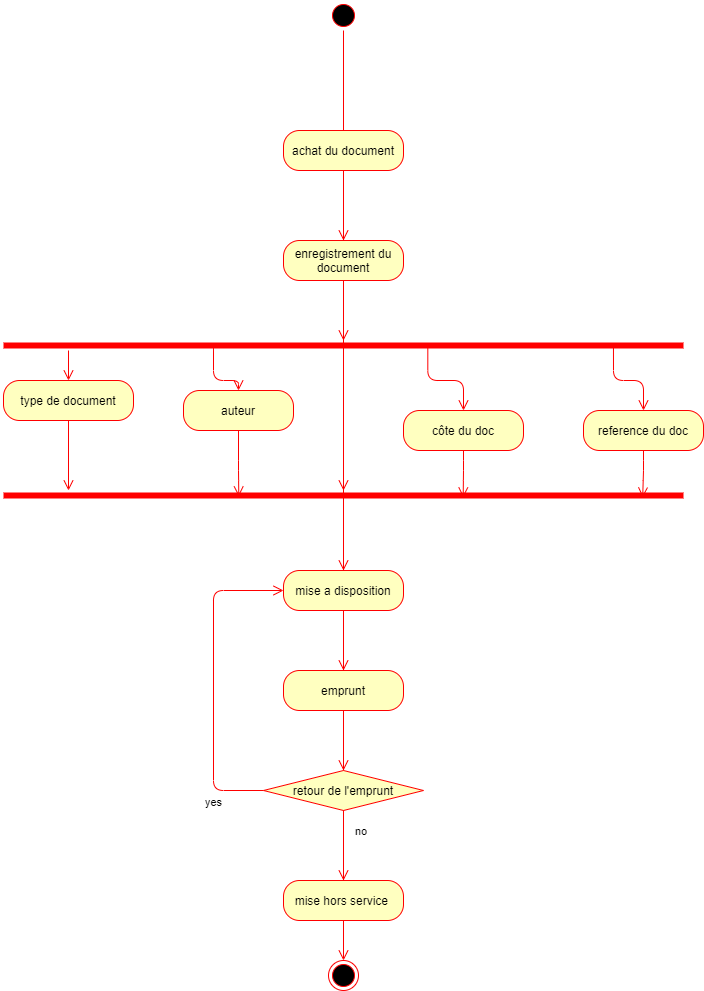
alnarolekoala/CDA keeps this draw.io diagram as Evaluation mediatheque/diagramme d'activité cycle de vie document.png. Above is the earlier version. Source tidied: cells renumbered, new cells last; positions are measured from the earlier drawing's top-left corner, leaving out a move shared by most shapes. Its diagram source:
```xml
<mxGraphModel>
  <root>
    <mxCell id="0" />
    <mxCell id="1" parent="0" />
    <mxCell id="2" style="ellipse;html=1;shape=startState;fillColor=#000000;strokeColor=#ff0000;" parent="1" vertex="1">
      <mxGeometry x="325" width="30" height="30" as="geometry" />
    </mxCell>
    <mxCell id="3" style="edgeStyle=orthogonalEdgeStyle;html=1;verticalAlign=bottom;endArrow=open;endSize=8;strokeColor=#ff0000;" parent="1" edge="1" source="2">
      <mxGeometry relative="1" as="geometry">
        <mxPoint x="340" y="960" as="targetPoint" />
      </mxGeometry>
    </mxCell>
    <mxCell id="4" value="enregistrement du document" style="rounded=1;whiteSpace=wrap;html=1;arcSize=40;fontColor=#000000;fillColor=#ffffc0;strokeColor=#ff0000;" parent="1" vertex="1">
      <mxGeometry x="280" y="240" width="120" height="40" as="geometry" />
    </mxCell>
    <mxCell id="5" style="edgeStyle=orthogonalEdgeStyle;html=1;verticalAlign=bottom;endArrow=open;endSize=8;strokeColor=#ff0000;" parent="1" edge="1" source="4">
      <mxGeometry relative="1" as="geometry">
        <mxPoint x="340" y="340" as="targetPoint" />
      </mxGeometry>
    </mxCell>
    <mxCell id="6" style="shape=line;html=1;strokeWidth=6;strokeColor=#ff0000;" parent="1" vertex="1">
      <mxGeometry y="340" width="680" height="10" as="geometry" />
    </mxCell>
    <mxCell id="7" style="edgeStyle=orthogonalEdgeStyle;html=1;verticalAlign=bottom;endArrow=open;endSize=8;strokeColor=#ff0000;" parent="1" edge="1" source="6">
      <mxGeometry relative="1" as="geometry">
        <mxPoint x="340" y="490" as="targetPoint" />
      </mxGeometry>
    </mxCell>
    <mxCell id="8" value="achat du document" style="rounded=1;whiteSpace=wrap;html=1;arcSize=40;fontColor=#000000;fillColor=#ffffc0;strokeColor=#ff0000;" parent="1" vertex="1">
      <mxGeometry x="280" y="130" width="120" height="40" as="geometry" />
    </mxCell>
    <mxCell id="9" style="edgeStyle=orthogonalEdgeStyle;html=1;verticalAlign=bottom;endArrow=open;endSize=8;strokeColor=#ff0000;" parent="1" edge="1">
      <mxGeometry relative="1" as="geometry">
        <mxPoint x="340" y="180" as="sourcePoint" />
        <mxPoint x="340" y="240" as="targetPoint" />
      </mxGeometry>
    </mxCell>
    <mxCell id="10" value="type de document" style="rounded=1;whiteSpace=wrap;html=1;arcSize=40;fontColor=#000000;fillColor=#ffffc0;strokeColor=#ff0000;" parent="1" vertex="1">
      <mxGeometry y="380" width="130" height="40" as="geometry" />
    </mxCell>
    <mxCell id="11" style="edgeStyle=orthogonalEdgeStyle;html=1;verticalAlign=bottom;endArrow=open;endSize=8;strokeColor=#ff0000;entryX=0.5;entryY=0;entryDx=0;entryDy=0;" parent="1" edge="1" source="6" target="10">
      <mxGeometry relative="1" as="geometry">
        <Array as="points">
          <mxPoint x="60" y="350" />
          <mxPoint x="60" y="350" />
        </Array>
      </mxGeometry>
    </mxCell>
    <mxCell id="12" value="auteur" style="rounded=1;whiteSpace=wrap;html=1;arcSize=40;fontColor=#000000;fillColor=#ffffc0;strokeColor=#ff0000;" parent="1" vertex="1">
      <mxGeometry x="180" y="390" width="110" height="40" as="geometry" />
    </mxCell>
    <mxCell id="13" style="edgeStyle=orthogonalEdgeStyle;html=1;verticalAlign=bottom;endArrow=open;endSize=8;strokeColor=#ff0000;exitX=0.304;exitY=0.5;exitDx=0;exitDy=0;exitPerimeter=0;entryX=0.5;entryY=0;entryDx=0;entryDy=0;" parent="1" edge="1" source="6" target="12">
      <mxGeometry relative="1" as="geometry">
        <Array as="points">
          <mxPoint x="207" y="344" />
          <mxPoint x="210" y="344" />
          <mxPoint x="210" y="380" />
          <mxPoint x="235" y="380" />
        </Array>
      </mxGeometry>
    </mxCell>
    <mxCell id="14" value="côte du doc" style="rounded=1;whiteSpace=wrap;html=1;arcSize=40;fontColor=#000000;fillColor=#ffffc0;strokeColor=#ff0000;" parent="1" vertex="1">
      <mxGeometry x="400" y="410" width="120" height="40" as="geometry" />
    </mxCell>
    <mxCell id="15" style="edgeStyle=orthogonalEdgeStyle;html=1;verticalAlign=bottom;endArrow=open;endSize=8;strokeColor=#ff0000;exitX=0.624;exitY=0.7;exitDx=0;exitDy=0;exitPerimeter=0;entryX=0.5;entryY=0;entryDx=0;entryDy=0;" parent="1" edge="1" source="6" target="14">
      <mxGeometry relative="1" as="geometry" />
    </mxCell>
    <mxCell id="16" value="reference du doc" style="rounded=1;whiteSpace=wrap;html=1;arcSize=40;fontColor=#000000;fillColor=#ffffc0;strokeColor=#ff0000;" parent="1" vertex="1">
      <mxGeometry x="580" y="410" width="120" height="40" as="geometry" />
    </mxCell>
    <mxCell id="17" style="edgeStyle=orthogonalEdgeStyle;html=1;verticalAlign=bottom;endArrow=open;endSize=8;strokeColor=#ff0000;exitX=0.897;exitY=0.6;exitDx=0;exitDy=0;exitPerimeter=0;entryX=0.5;entryY=0;entryDx=0;entryDy=0;" parent="1" edge="1" source="6" target="16">
      <mxGeometry relative="1" as="geometry" />
    </mxCell>
    <mxCell id="18" style="shape=line;html=1;strokeWidth=6;strokeColor=#ff0000;" parent="1" vertex="1">
      <mxGeometry y="490" width="680" height="10" as="geometry" />
    </mxCell>
    <mxCell id="19" style="edgeStyle=orthogonalEdgeStyle;html=1;verticalAlign=bottom;endArrow=open;endSize=8;strokeColor=#ff0000;" parent="1" edge="1" source="18">
      <mxGeometry relative="1" as="geometry">
        <mxPoint x="340" y="570" as="targetPoint" />
      </mxGeometry>
    </mxCell>
    <mxCell id="20" style="edgeStyle=orthogonalEdgeStyle;html=1;verticalAlign=bottom;endArrow=open;endSize=8;strokeColor=#ff0000;exitX=0.5;exitY=1;exitDx=0;exitDy=0;" parent="1" edge="1" source="10">
      <mxGeometry relative="1" as="geometry">
        <mxPoint x="65" y="490" as="targetPoint" />
      </mxGeometry>
    </mxCell>
    <mxCell id="21" style="edgeStyle=orthogonalEdgeStyle;html=1;verticalAlign=bottom;endArrow=open;endSize=8;strokeColor=#ff0000;exitX=0.5;exitY=1;exitDx=0;exitDy=0;entryX=0.346;entryY=0.6;entryDx=0;entryDy=0;entryPerimeter=0;" parent="1" edge="1" source="12" target="18">
      <mxGeometry relative="1" as="geometry">
        <Array as="points">
          <mxPoint x="235" y="470" />
          <mxPoint x="235" y="470" />
        </Array>
      </mxGeometry>
    </mxCell>
    <mxCell id="22" style="edgeStyle=orthogonalEdgeStyle;html=1;verticalAlign=bottom;endArrow=open;endSize=8;strokeColor=#ff0000;exitX=0.5;exitY=1;exitDx=0;exitDy=0;entryX=0.676;entryY=0.7;entryDx=0;entryDy=0;entryPerimeter=0;" parent="1" edge="1" source="14" target="18">
      <mxGeometry relative="1" as="geometry" />
    </mxCell>
    <mxCell id="23" style="edgeStyle=orthogonalEdgeStyle;html=1;verticalAlign=bottom;endArrow=open;endSize=8;strokeColor=#ff0000;exitX=0.5;exitY=1;exitDx=0;exitDy=0;entryX=0.94;entryY=0.7;entryDx=0;entryDy=0;entryPerimeter=0;" parent="1" edge="1" source="16" target="18">
      <mxGeometry relative="1" as="geometry" />
    </mxCell>
    <mxCell id="24" value="mise a disposition" style="rounded=1;whiteSpace=wrap;html=1;arcSize=40;fontColor=#000000;fillColor=#ffffc0;strokeColor=#ff0000;" parent="1" vertex="1">
      <mxGeometry x="280" y="570" width="120" height="40" as="geometry" />
    </mxCell>
    <mxCell id="25" style="edgeStyle=orthogonalEdgeStyle;html=1;verticalAlign=bottom;endArrow=open;endSize=8;strokeColor=#ff0000;" parent="1" edge="1" source="24">
      <mxGeometry relative="1" as="geometry">
        <mxPoint x="340" y="670" as="targetPoint" />
      </mxGeometry>
    </mxCell>
    <mxCell id="26" value="emprunt" style="rounded=1;whiteSpace=wrap;html=1;arcSize=40;fontColor=#000000;fillColor=#ffffc0;strokeColor=#ff0000;" parent="1" vertex="1">
      <mxGeometry x="280" y="670" width="120" height="40" as="geometry" />
    </mxCell>
    <mxCell id="27" style="edgeStyle=orthogonalEdgeStyle;html=1;verticalAlign=bottom;endArrow=open;endSize=8;strokeColor=#ff0000;" parent="1" edge="1" source="26">
      <mxGeometry relative="1" as="geometry">
        <mxPoint x="340" y="770" as="targetPoint" />
      </mxGeometry>
    </mxCell>
    <mxCell id="28" value="retour de l'emprunt" style="rhombus;whiteSpace=wrap;html=1;fillColor=#ffffc0;strokeColor=#ff0000;" parent="1" vertex="1">
      <mxGeometry x="260" y="770" width="160" height="40" as="geometry" />
    </mxCell>
    <mxCell id="29" value="no" style="edgeStyle=orthogonalEdgeStyle;html=1;align=left;verticalAlign=bottom;endArrow=open;endSize=8;strokeColor=#ff0000;" parent="1" edge="1" source="28">
      <mxGeometry x="-0.14" y="10" relative="1" as="geometry">
        <mxPoint x="340" y="880" as="targetPoint" />
        <Array as="points">
          <mxPoint x="340" y="860" />
          <mxPoint x="340" y="860" />
        </Array>
      </mxGeometry>
    </mxCell>
    <mxCell id="30" value="yes" style="edgeStyle=orthogonalEdgeStyle;html=1;align=left;verticalAlign=top;endArrow=open;endSize=8;strokeColor=#ff0000;entryX=0;entryY=0.5;entryDx=0;entryDy=0;exitX=0;exitY=0.5;exitDx=0;exitDy=0;" parent="1" edge="1" source="28" target="24">
      <mxGeometry x="-0.68" y="10" relative="1" as="geometry">
        <Array as="points">
          <mxPoint x="210" y="790" />
          <mxPoint x="210" y="590" />
        </Array>
      </mxGeometry>
    </mxCell>
    <mxCell id="31" value="mise hors service&amp;nbsp;" style="rounded=1;whiteSpace=wrap;html=1;arcSize=40;fontColor=#000000;fillColor=#ffffc0;strokeColor=#ff0000;" parent="1" vertex="1">
      <mxGeometry x="280" y="880" width="120" height="40" as="geometry" />
    </mxCell>
    <mxCell id="32" style="ellipse;html=1;shape=endState;fillColor=#000000;strokeColor=#ff0000;" parent="1" vertex="1">
      <mxGeometry x="325" y="960" width="30" height="30" as="geometry" />
    </mxCell>
  </root>
</mxGraphModel>
```
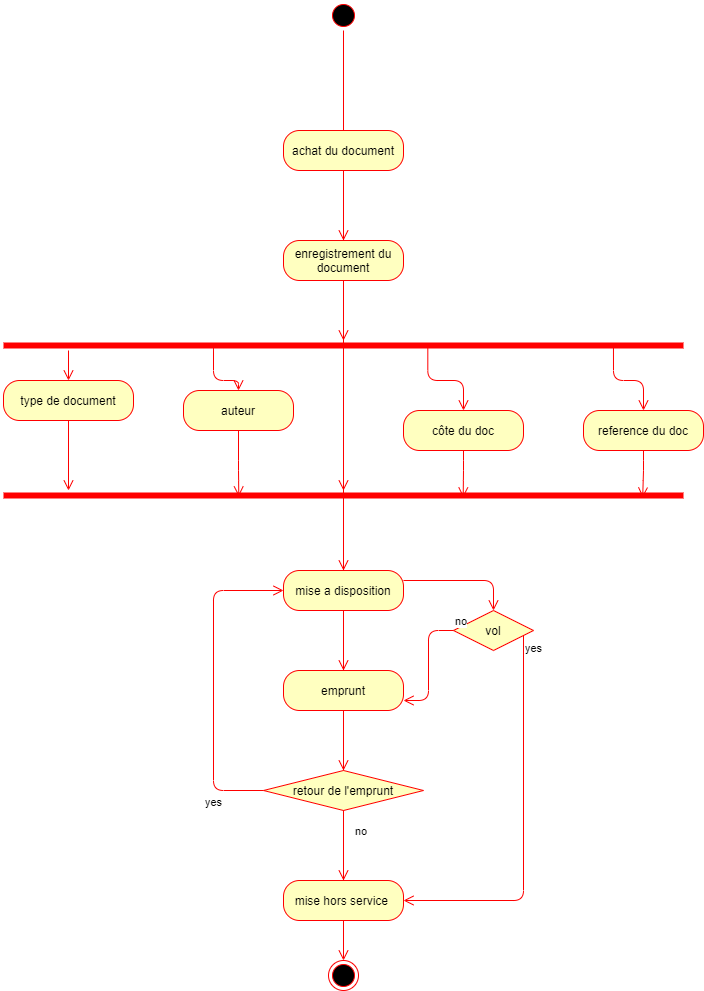
After the change.

What changed in the source:
```diff
@@ -140,5 +140,21 @@
     <mxCell id="32" style="ellipse;html=1;shape=endState;fillColor=#000000;strokeColor=#ff0000;" parent="1" vertex="1">
       <mxGeometry x="325" y="960" width="30" height="30" as="geometry" />
     </mxCell>
+    <mxCell id="33" value="vol" style="rhombus;whiteSpace=wrap;html=1;fillColor=#ffffc0;strokeColor=#ff0000;" parent="1" vertex="1">
+      <mxGeometry x="450" y="610" width="80" height="40" as="geometry" />
+    </mxCell>
+    <mxCell id="34" value="no" style="edgeStyle=orthogonalEdgeStyle;html=1;align=left;verticalAlign=bottom;endArrow=open;endSize=8;strokeColor=#ff0000;entryX=1;entryY=0.75;entryDx=0;entryDy=0;" parent="1" edge="1" source="33" target="26">
+      <mxGeometry x="-1" relative="1" as="geometry" />
+    </mxCell>
+    <mxCell id="35" value="yes" style="edgeStyle=orthogonalEdgeStyle;html=1;align=left;verticalAlign=top;endArrow=open;endSize=8;strokeColor=#ff0000;entryX=1;entryY=0.5;entryDx=0;entryDy=0;" parent="1" edge="1" source="33" target="31">
+      <mxGeometry x="-1" relative="1" as="geometry">
+        <Array as="points">
+          <mxPoint x="520" y="900" />
+        </Array>
+      </mxGeometry>
+    </mxCell>
+    <mxCell id="36" style="edgeStyle=orthogonalEdgeStyle;html=1;verticalAlign=bottom;endArrow=open;endSize=8;strokeColor=#ff0000;exitX=1;exitY=0.25;exitDx=0;exitDy=0;entryX=0.5;entryY=0;entryDx=0;entryDy=0;" parent="1" edge="1" source="24" target="33">
+      <mxGeometry relative="1" as="geometry" />
+    </mxCell>
   </root>
 </mxGraphModel>
```
